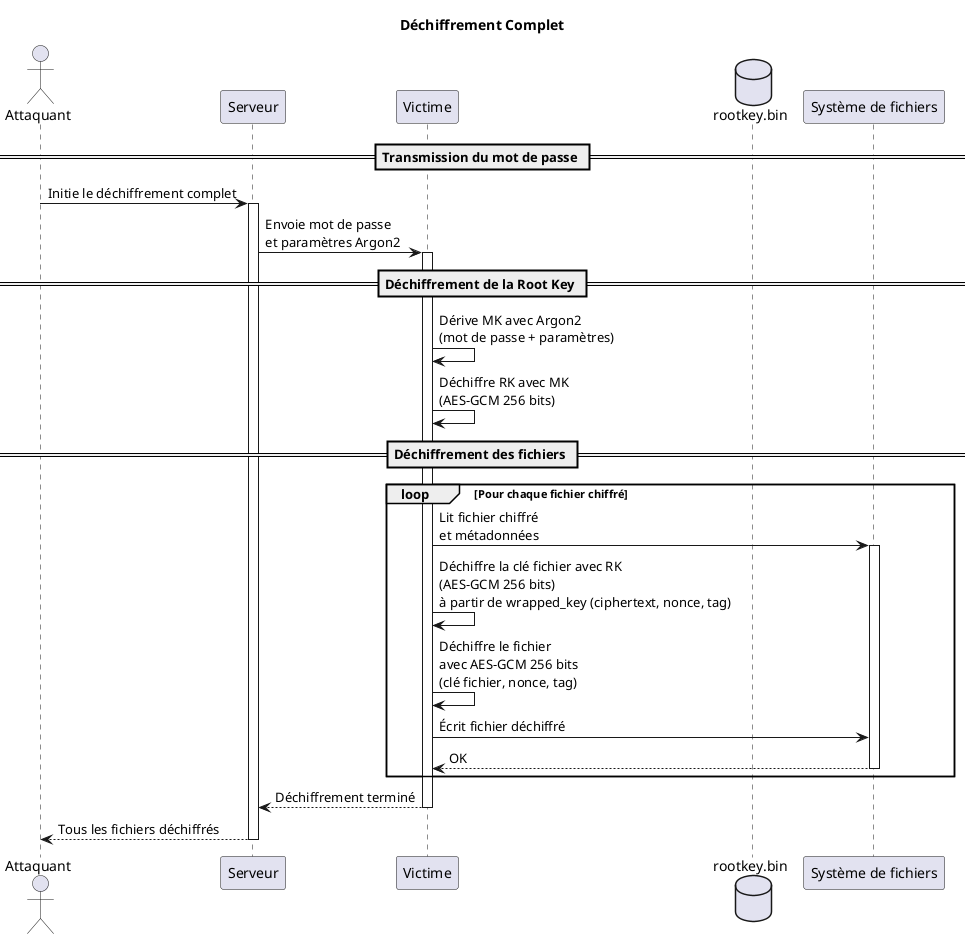
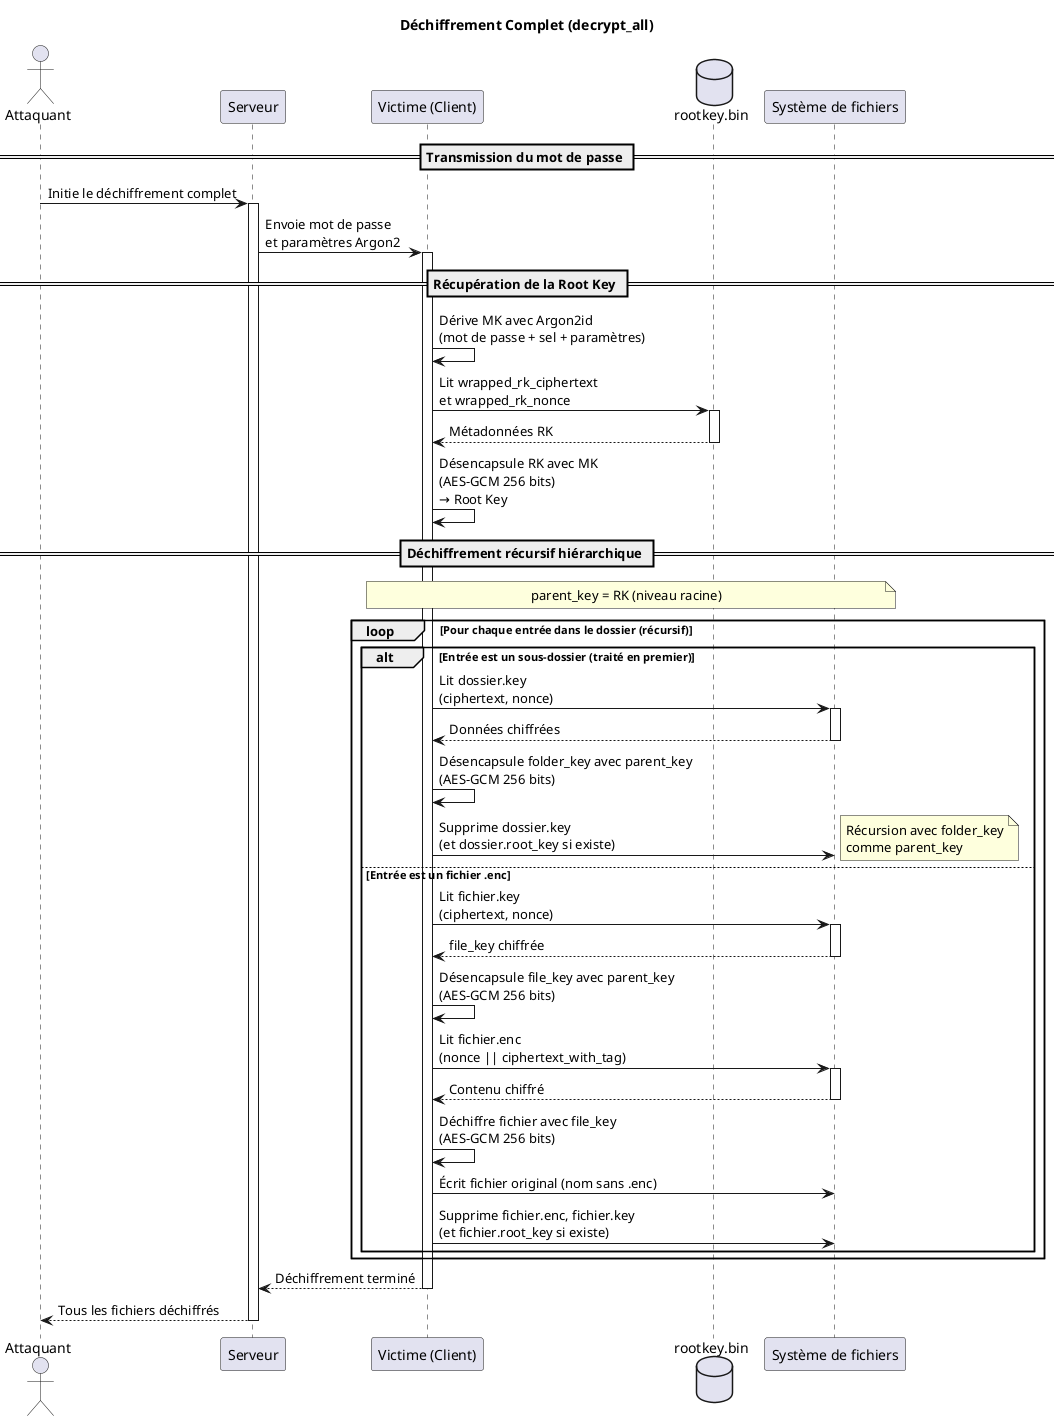
@startuml 02-Déchiffrement_Complet

- title Déchiffrement Complet
+ title Déchiffrement Complet (decrypt_all)

actor Attaquant as attacker
participant "Serveur" as server
- participant "Victime" as victime
+ participant "Victime (Client)" as victime
database "rootkey.bin" as rootkey
participant "Système de fichiers" as fs

== Transmission du mot de passe ==
attacker -> server: Initie le déchiffrement complet
activate server
server -> victime: Envoie mot de passe\net paramètres Argon2
activate victime

- == Déchiffrement de la Root Key ==
- victime -> victime: Dérive MK avec Argon2\n(mot de passe + paramètres)
+ == Récupération de la Root Key ==
+ victime -> victime: Dérive MK avec Argon2id\n(mot de passe + sel + paramètres)
+ victime -> rootkey: Lit wrapped_rk_ciphertext\net wrapped_rk_nonce
+ activate rootkey
+ rootkey --> victime: Métadonnées RK
deactivate rootkey

- victime -> victime: Déchiffre RK avec MK\n(AES-GCM 256 bits)
+ victime -> victime: Désencapsule RK avec MK\n(AES-GCM 256 bits)\n→ Root Key

- == Déchiffrement des fichiers ==
- loop Pour chaque fichier chiffré
-     victime -> fs: Lit fichier chiffré\net métadonnées
+ == Déchiffrement récursif hiérarchique ==
+ note over victime, fs
+   parent_key = RK (niveau racine)
+ end note
+ 
+ loop Pour chaque entrée dans le dossier (récursif)
+   alt Entrée est un sous-dossier (traité en premier)
+     victime -> fs: Lit dossier.key\n(ciphertext, nonce)
    activate fs
- 
-     victime -> victime: Déchiffre la clé fichier avec RK\n(AES-GCM 256 bits)\nà partir de wrapped_key (ciphertext, nonce, tag)
- 
-     victime -> victime: Déchiffre le fichier\navec AES-GCM 256 bits\n(clé fichier, nonce, tag)
- 
-     victime -> fs: Écrit fichier déchiffré
-     fs --> victime: OK
+     fs --> victime: Données chiffrées
    deactivate fs
+     victime -> victime: Désencapsule folder_key avec parent_key\n(AES-GCM 256 bits)
+     victime -> fs: Supprime dossier.key\n(et dossier.root_key si existe)
+     note right: Récursion avec folder_key\ncomme parent_key
+   else Entrée est un fichier .enc
+     victime -> fs: Lit fichier.key\n(ciphertext, nonce)
+     activate fs
+     fs --> victime: file_key chiffrée
+     deactivate fs
+     victime -> victime: Désencapsule file_key avec parent_key\n(AES-GCM 256 bits)
+     victime -> fs: Lit fichier.enc\n(nonce || ciphertext_with_tag)
+     activate fs
+     fs --> victime: Contenu chiffré
+     deactivate fs
+     victime -> victime: Déchiffre fichier avec file_key\n(AES-GCM 256 bits)
+     victime -> fs: Écrit fichier original (nom sans .enc)
+     victime -> fs: Supprime fichier.enc, fichier.key\n(et fichier.root_key si existe)
+   end
end

victime --> server: Déchiffrement terminé
deactivate victime
server --> attacker: Tous les fichiers déchiffrés
deactivate server

@enduml
